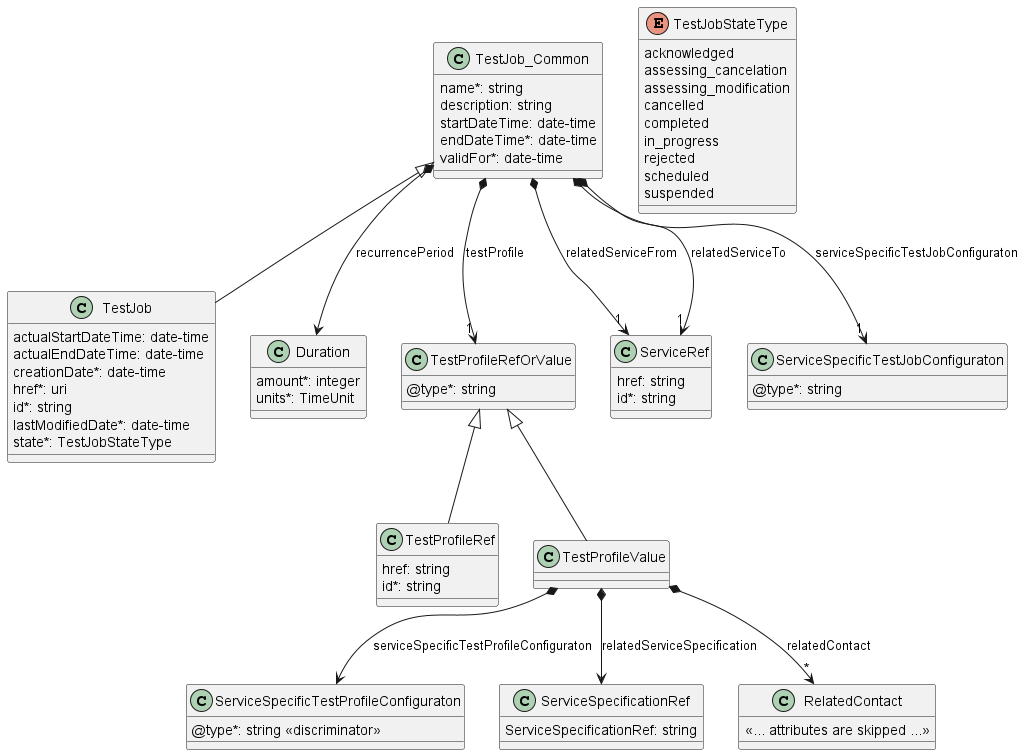
The PlantUML diagram documentation/serviceApi/sft/serviceTest/media/testJobModel.png in MEF-GIT/MEF-LSO-Legato-SDK, before a commit.
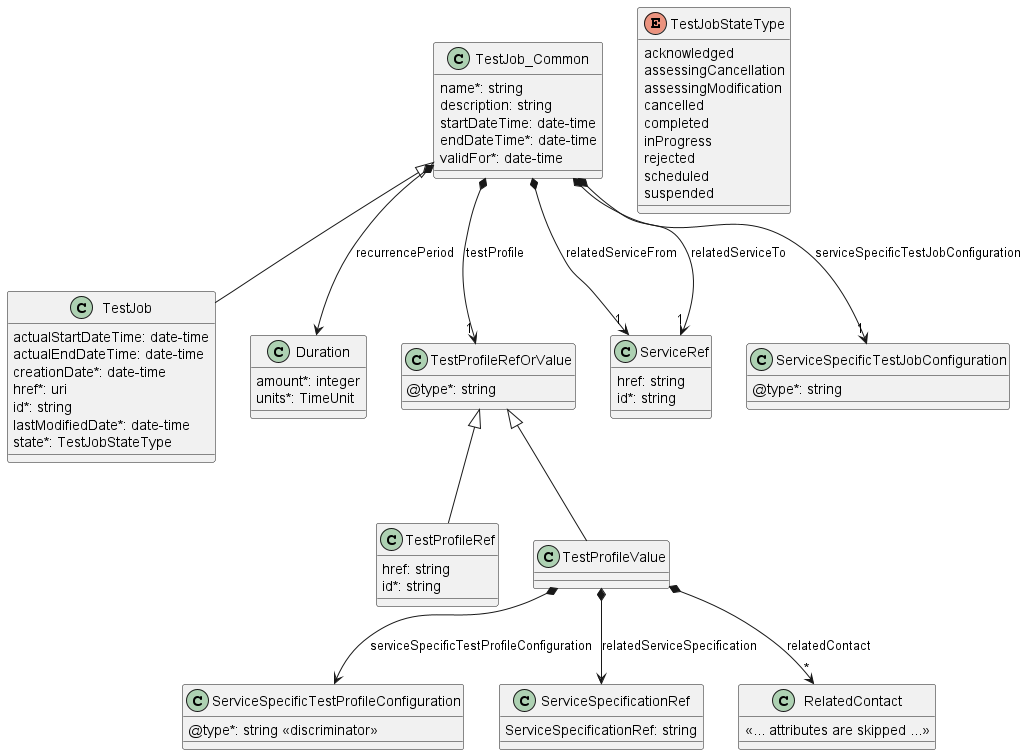
After the commit.

Change to the diagram source:
```diff
@@ -25,11 +25,11 @@
 enum TestJobStateType {
 
     acknowledged
-    assessing_cancelation
-    assessing_modification
+    assessingCancellation
+    assessingModification
     cancelled
     completed
-    in_progress
+    inProgress
     rejected
     scheduled
     suspended
@@ -40,9 +40,9 @@
 TestJob_Common *-->"1" TestProfileRefOrValue : testProfile
 TestJob_Common *-->"1" ServiceRef : relatedServiceFrom
 TestJob_Common *-->"1" ServiceRef : relatedServiceTo
-TestJob_Common *-->"1" ServiceSpecificTestJobConfiguraton : serviceSpecificTestJobConfiguraton
+TestJob_Common *-->"1" ServiceSpecificTestJobConfiguration : serviceSpecificTestJobConfiguration
 
-class ServiceSpecificTestJobConfiguraton {
+class ServiceSpecificTestJobConfiguration {
     @type*: string
 }
 
@@ -66,11 +66,11 @@
 
 TestProfileRefOrValue <|-- TestProfileValue
 
-TestProfileValue *--> ServiceSpecificTestProfileConfiguraton : serviceSpecificTestProfileConfiguraton
+TestProfileValue *--> ServiceSpecificTestProfileConfiguration : serviceSpecificTestProfileConfiguration
 TestProfileValue *--> ServiceSpecificationRef : relatedServiceSpecification
 TestProfileValue *-->"*" RelatedContact : relatedContact
 
-class ServiceSpecificTestProfileConfiguraton {
+class ServiceSpecificTestProfileConfiguration {
     @type*: string <<discriminator>>
 }
 class ServiceSpecificationRef {
```
